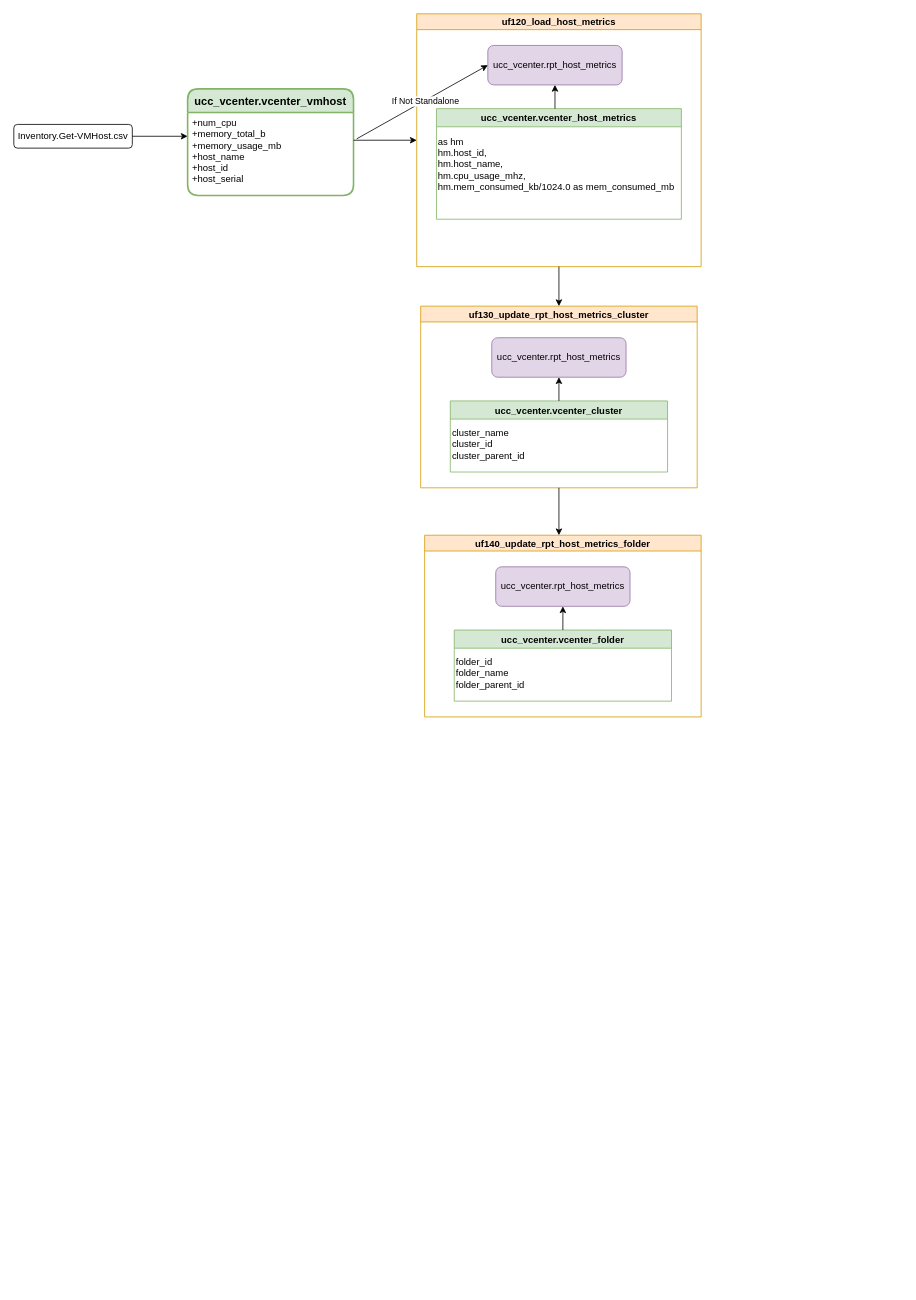
lynnyao2017/PythonLearning keeps this draw.io diagram as Untitled Diagram.drawio. Above is the earlier version. Source tidied: cells renumbered, new cells numbered last; positions are measured from the earlier drawing's top-left corner, leaving out a move shared by most shapes. Both pictures are drawn from the tidied source at 79%, with x=0, y=0 at pixel (13, 13).
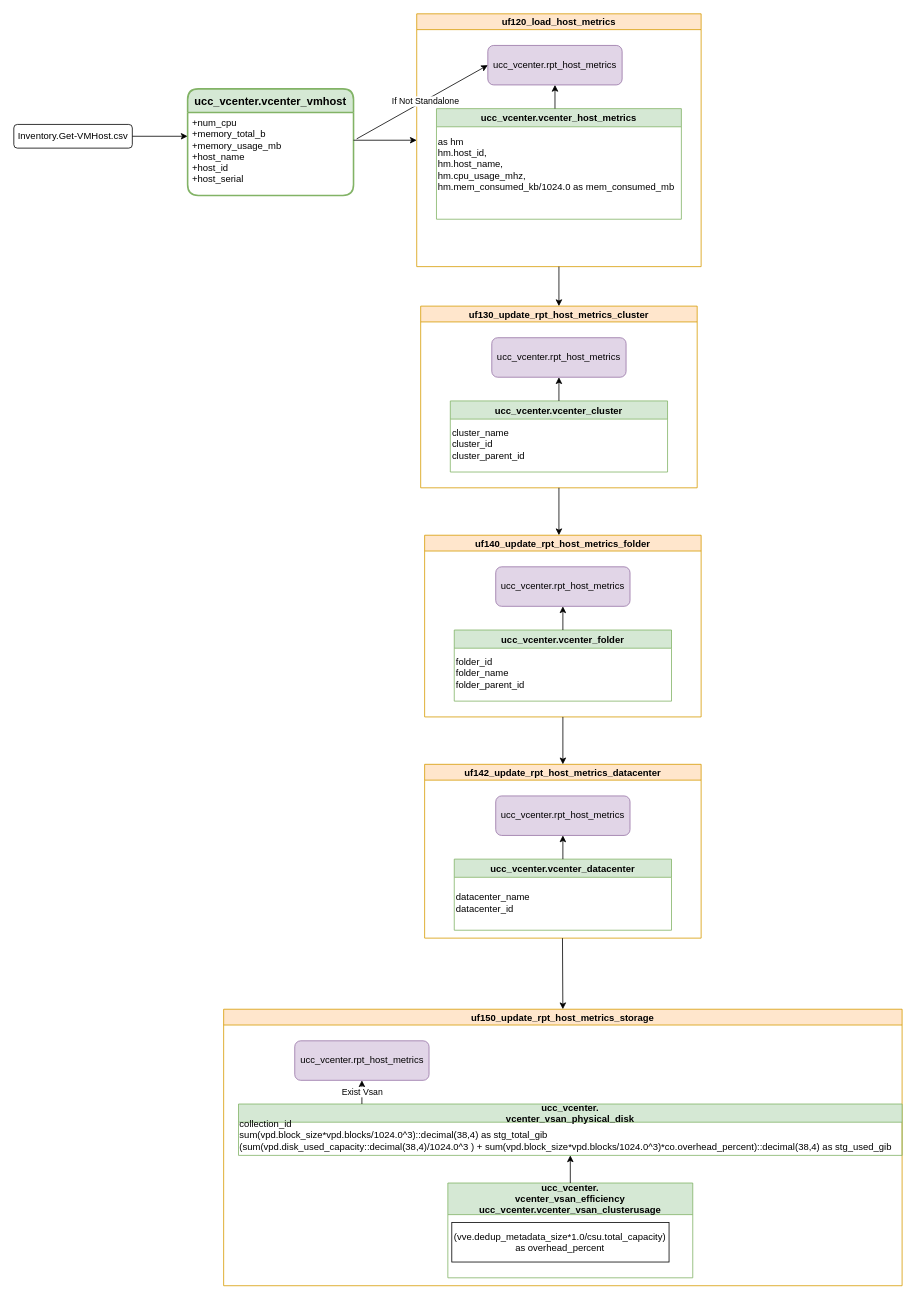
The same diagram, later.

The change refers to these unchanged cells:
```xml
<mxCell id="20" value="uf140_update_rpt_host_metrics_folder" style="swimlane;startSize=20;horizontal=1;containerType=tree;newEdgeStyle={&quot;edgeStyle&quot;:&quot;elbowEdgeStyle&quot;,&quot;startArrow&quot;:&quot;none&quot;,&quot;endArrow&quot;:&quot;none&quot;};fillColor=#ffe6cc;strokeColor=#d79b00;" parent="1" vertex="1">
  <mxGeometry x="520" y="660" width="350" height="230" as="geometry" />
</mxCell>
```

The edit, as a diff of the source:
```diff
@@
+    <mxCell id="26" value="uf142_update_rpt_host_metrics_datacenter" style="swimlane;startSize=20;horizontal=1;containerType=tree;newEdgeStyle={&quot;edgeStyle&quot;:&quot;elbowEdgeStyle&quot;,&quot;startArrow&quot;:&quot;none&quot;,&quot;endArrow&quot;:&quot;none&quot;};fillColor=#ffe6cc;strokeColor=#d79b00;" parent="1" vertex="1">
+      <mxGeometry x="520" y="950" width="350" height="220" as="geometry" />
+    </mxCell>
+    <mxCell id="27" value="ucc_vcenter.rpt_host_metrics" style="rounded=1;whiteSpace=wrap;html=1;fillColor=#e1d5e7;strokeColor=#9673a6;" parent="26" vertex="1">
+      <mxGeometry x="90" y="40" width="170" height="50" as="geometry" />
+    </mxCell>
+    <mxCell id="28" value="ucc_vcenter.vcenter_datacenter" style="swimlane;fillColor=#d5e8d4;strokeColor=#82b366;" parent="26" vertex="1">
+      <mxGeometry x="37.5" y="120" width="275" height="90" as="geometry" />
+    </mxCell>
+    <mxCell id="29" value="datacenter_name&lt;br&gt;datacenter_id" style="text;html=1;align=left;verticalAlign=middle;strokeColor=none;fillColor=none;" parent="28" vertex="1">
+      <mxGeometry y="40" width="110" height="30" as="geometry" />
+    </mxCell>
+    <mxCell id="30" style="endArrow=classic;html=1;rounded=0;entryX=0.5;entryY=1;entryDx=0;entryDy=0;" parent="26" edge="1" target="27">
+      <mxGeometry relative="1" as="geometry">
+        <mxPoint x="175" y="120" as="sourcePoint" />
+      </mxGeometry>
+    </mxCell>
+    <mxCell id="31" style="endArrow=classic;html=1;rounded=0;exitX=0.5;exitY=1;exitDx=0;exitDy=0;entryX=0.5;entryY=0;entryDx=0;entryDy=0;" parent="1" edge="1" source="20" target="26">
+      <mxGeometry relative="1" as="geometry" />
+    </mxCell>
+    <mxCell id="32" value="uf150_update_rpt_host_metrics_storage" style="swimlane;startSize=20;horizontal=1;containerType=tree;newEdgeStyle={&quot;edgeStyle&quot;:&quot;elbowEdgeStyle&quot;,&quot;startArrow&quot;:&quot;none&quot;,&quot;endArrow&quot;:&quot;none&quot;};fillColor=#ffe6cc;strokeColor=#d79b00;" parent="1" vertex="1">
+      <mxGeometry x="265.6" y="1260" width="858.8" height="350" as="geometry" />
+    </mxCell>
+    <mxCell id="33" value="ucc_vcenter.rpt_host_metrics" style="rounded=1;whiteSpace=wrap;html=1;fillColor=#e1d5e7;strokeColor=#9673a6;" parent="32" vertex="1">
+      <mxGeometry x="90" y="40" width="170" height="50" as="geometry" />
+    </mxCell>
+    <mxCell id="34" value="ucc_vcenter.&#10;vcenter_vsan_physical_disk" style="swimlane;fillColor=#d5e8d4;strokeColor=#82b366;" parent="32" vertex="1">
+      <mxGeometry x="18.8" y="120" width="840" height="65" as="geometry" />
+    </mxCell>
+    <mxCell id="35" value="collection_id&lt;br&gt;sum(vpd.block_size*vpd.blocks/1024.0^3)::decimal(38,4) as stg_total_gib&lt;br&gt;(sum(vpd.disk_used_capacity::decimal(38,4)/1024.0^3 ) + sum(vpd.block_size*vpd.blocks/1024.0^3)*co.overhead_percent)::decimal(38,4) as stg_used_gib" style="text;html=1;align=left;verticalAlign=middle;strokeColor=none;fillColor=none;" parent="34" vertex="1">
+      <mxGeometry y="15" width="840" height="50" as="geometry" />
+    </mxCell>
+    <mxCell id="36" value="Exist Vsan" style="endArrow=classic;html=1;rounded=0;entryX=0.5;entryY=1;entryDx=0;entryDy=0;" parent="32" edge="1" target="33">
+      <mxGeometry relative="1" as="geometry">
+        <mxPoint x="175" y="120" as="sourcePoint" />
+      </mxGeometry>
+    </mxCell>
+    <mxCell id="37" value="ucc_vcenter.&#10;vcenter_vsan_efficiency&#10;ucc_vcenter.vcenter_vsan_clusterusage" style="swimlane;fillColor=#d5e8d4;strokeColor=#82b366;startSize=40;" parent="32" vertex="1">
+      <mxGeometry x="283.8" y="220" width="310" height="120" as="geometry" />
+    </mxCell>
+    <mxCell id="38" value="(vve.dedup_metadata_size*1.0/csu.total_capacity) as overhead_percent" style="whiteSpace=wrap;html=1;" parent="37" vertex="1">
+      <mxGeometry x="5" y="50" width="275" height="50" as="geometry" />
+    </mxCell>
+    <mxCell id="39" style="endArrow=classic;html=1;rounded=0;exitX=0.5;exitY=0;exitDx=0;exitDy=0;entryX=0.5;entryY=1;entryDx=0;entryDy=0;" parent="32" edge="1" source="37" target="34">
+      <mxGeometry relative="1" as="geometry" />
+    </mxCell>
+    <mxCell id="40" style="endArrow=classic;html=1;rounded=0;exitX=0.5;exitY=1;exitDx=0;exitDy=0;entryX=0.5;entryY=0;entryDx=0;entryDy=0;" parent="1" edge="1" target="32">
+      <mxGeometry relative="1" as="geometry">
+        <mxPoint x="694.5" y="1170" as="sourcePoint" />
+      </mxGeometry>
+    </mxCell>
```
